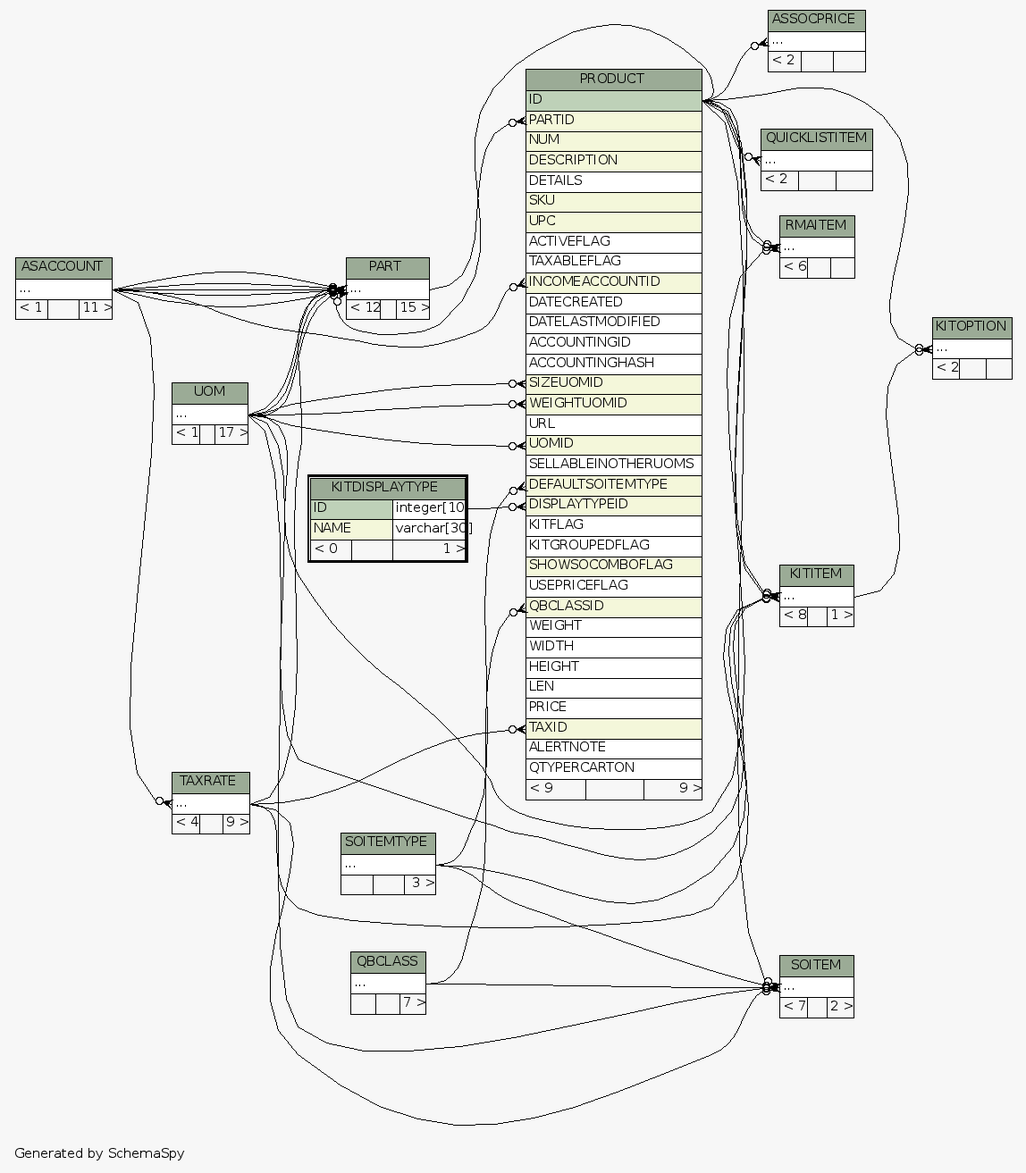
Before: dictionary/Fishbowl2013.5/diagrams/KITDISPLAYTYPE.2degrees.png, a diagram exported from Graphviz (ilopez/FishbowlDataDictionary). Its source is kept beside it as dictionary/Fishbowl2013.5/diagrams/KITDISPLAYTYPE.2degrees.dot. The source it was exported from:
```dot
digraph "twoDegreesRelationshipsDiagram" {
  graph [
    rankdir="RL"
    bgcolor="#f7f7f7"
    label="\nGenerated by SchemaSpy"
    labeljust="l"
    nodesep="0.18"
    ranksep="0.46"
    fontname="Helvetica"
    fontsize="11"
  ];
  node [
    fontname="Helvetica"
    fontsize="11"
    shape="plaintext"
  ];
  edge [
    arrowsize="0.8"
  ];
  "ASSOCPRICE":"elipses":w -> "PRODUCT":"ID":e [arrowhead=none dir=back arrowtail=crowodot];
  "KITITEM":"elipses":w -> "PRODUCT":"ID":e [arrowhead=none dir=back arrowtail=crowodot];
  "KITITEM":"elipses":w -> "PRODUCT":"ID":e [arrowhead=none dir=back arrowtail=crowodot];
  "KITITEM":"elipses":w -> "SOITEMTYPE":"elipses":e [arrowhead=none dir=back arrowtail=crowodot];
  "KITITEM":"elipses":w -> "TAXRATE":"elipses":e [arrowhead=none dir=back arrowtail=crowodot];
  "KITITEM":"elipses":w -> "UOM":"elipses":e [arrowhead=none dir=back arrowtail=crowodot];
  "KITOPTION":"elipses":w -> "KITITEM":"elipses":e [arrowhead=none dir=back arrowtail=crowodot];
  "KITOPTION":"elipses":w -> "PRODUCT":"ID":e [arrowhead=none dir=back arrowtail=crowodot];
  "PART":"elipses":w -> "ASACCOUNT":"elipses":e [arrowhead=none dir=back arrowtail=crowodot];
  "PART":"elipses":w -> "ASACCOUNT":"elipses":e [arrowhead=none dir=back arrowtail=crowodot];
  "PART":"elipses":w -> "PRODUCT":"ID":e [arrowhead=none dir=back arrowtail=crowodot];
  "PART":"elipses":w -> "ASACCOUNT":"elipses":e [arrowhead=none dir=back arrowtail=crowodot];
  "PART":"elipses":w -> "ASACCOUNT":"elipses":e [arrowhead=none dir=back arrowtail=crowodot];
  "PART":"elipses":w -> "UOM":"elipses":e [arrowhead=none dir=back arrowtail=crowodot];
  "PART":"elipses":w -> "TAXRATE":"elipses":e [arrowhead=none dir=back arrowtail=crowodot];
  "PART":"elipses":w -> "UOM":"elipses":e [arrowhead=none dir=back arrowtail=crowodot];
  "PART":"elipses":w -> "ASACCOUNT":"elipses":e [arrowhead=none dir=back arrowtail=crowodot];
  "PART":"elipses":w -> "UOM":"elipses":e [arrowhead=none dir=back arrowtail=crowodot];
  "PRODUCT":"DEFAULTSOITEMTYPE":w -> "SOITEMTYPE":"elipses":e [arrowhead=none dir=back arrowtail=crowodot];
  "PRODUCT":"DISPLAYTYPEID":w -> "KITDISPLAYTYPE":"ID.type":e [arrowhead=none dir=back arrowtail=crowodot];
  "PRODUCT":"INCOMEACCOUNTID":w -> "ASACCOUNT":"elipses":e [arrowhead=none dir=back arrowtail=crowodot];
  "PRODUCT":"PARTID":w -> "PART":"elipses":e [arrowhead=none dir=back arrowtail=crowodot];
  "PRODUCT":"QBCLASSID":w -> "QBCLASS":"elipses":e [arrowhead=none dir=back arrowtail=crowodot];
  "PRODUCT":"SIZEUOMID":w -> "UOM":"elipses":e [arrowhead=none dir=back arrowtail=crowodot];
  "PRODUCT":"TAXID":w -> "TAXRATE":"elipses":e [arrowhead=none dir=back arrowtail=crowodot];
  "PRODUCT":"UOMID":w -> "UOM":"elipses":e [arrowhead=none dir=back arrowtail=crowodot];
  "PRODUCT":"WEIGHTUOMID":w -> "UOM":"elipses":e [arrowhead=none dir=back arrowtail=crowodot];
  "QUICKLISTITEM":"elipses":w -> "PRODUCT":"ID":e [arrowhead=none dir=back arrowtail=crowodot];
  "RMAITEM":"elipses":w -> "PRODUCT":"ID":e [arrowhead=none dir=back arrowtail=crowodot];
  "RMAITEM":"elipses":w -> "PRODUCT":"ID":e [arrowhead=none dir=back arrowtail=crowodot];
  "RMAITEM":"elipses":w -> "UOM":"elipses":e [arrowhead=none dir=back arrowtail=crowodot];
  "SOITEM":"elipses":w -> "PRODUCT":"ID":e [arrowhead=none dir=back arrowtail=crowodot];
  "SOITEM":"elipses":w -> "QBCLASS":"elipses":e [arrowhead=none dir=back arrowtail=crowodot];
  "SOITEM":"elipses":w -> "TAXRATE":"elipses":e [arrowhead=none dir=back arrowtail=crowodot];
  "SOITEM":"elipses":w -> "SOITEMTYPE":"elipses":e [arrowhead=none dir=back arrowtail=crowodot];
  "SOITEM":"elipses":w -> "UOM":"elipses":e [arrowhead=none dir=back arrowtail=crowodot];
  "TAXRATE":"elipses":w -> "ASACCOUNT":"elipses":e [arrowhead=none dir=back arrowtail=crowodot];
  "ASACCOUNT" [
    label=<
    <TABLE BORDER="0" CELLBORDER="1" CELLSPACING="0" BGCOLOR="#ffffff">
      <TR><TD COLSPAN="3" BGCOLOR="#9bab96" ALIGN="CENTER">ASACCOUNT</TD></TR>
      <TR><TD PORT="elipses" COLSPAN="3" ALIGN="LEFT">...</TD></TR>
      <TR><TD ALIGN="LEFT" BGCOLOR="#f7f7f7">&lt; 1</TD><TD ALIGN="RIGHT" BGCOLOR="#f7f7f7">  </TD><TD ALIGN="RIGHT" BGCOLOR="#f7f7f7">11 &gt;</TD></TR>
    </TABLE>>
    URL="ASACCOUNT.html"
    tooltip="ASACCOUNT"
  ];
  "ASSOCPRICE" [
    label=<
    <TABLE BORDER="0" CELLBORDER="1" CELLSPACING="0" BGCOLOR="#ffffff">
      <TR><TD COLSPAN="3" BGCOLOR="#9bab96" ALIGN="CENTER">ASSOCPRICE</TD></TR>
      <TR><TD PORT="elipses" COLSPAN="3" ALIGN="LEFT">...</TD></TR>
      <TR><TD ALIGN="LEFT" BGCOLOR="#f7f7f7">&lt; 2</TD><TD ALIGN="RIGHT" BGCOLOR="#f7f7f7">  </TD><TD ALIGN="RIGHT" BGCOLOR="#f7f7f7">  </TD></TR>
    </TABLE>>
    URL="ASSOCPRICE.html"
    tooltip="ASSOCPRICE"
  ];
  "KITDISPLAYTYPE" [
    label=<
    <TABLE BORDER="2" CELLBORDER="1" CELLSPACING="0" BGCOLOR="#ffffff">
      <TR><TD COLSPAN="3" BGCOLOR="#9bab96" ALIGN="CENTER">KITDISPLAYTYPE</TD></TR>
      <TR><TD PORT="ID" COLSPAN="2" BGCOLOR="#bed1b8" ALIGN="LEFT">ID</TD><TD PORT="ID.type" ALIGN="LEFT">integer[10]</TD></TR>
      <TR><TD PORT="NAME" COLSPAN="2" BGCOLOR="#f4f7da" ALIGN="LEFT">NAME</TD><TD PORT="NAME.type" ALIGN="LEFT">varchar[30]</TD></TR>
      <TR><TD ALIGN="LEFT" BGCOLOR="#f7f7f7">&lt; 0</TD><TD ALIGN="RIGHT" BGCOLOR="#f7f7f7">  </TD><TD ALIGN="RIGHT" BGCOLOR="#f7f7f7">1 &gt;</TD></TR>
    </TABLE>>
    URL="KITDISPLAYTYPE.html"
    tooltip="KITDISPLAYTYPE"
  ];
  "KITITEM" [
    label=<
    <TABLE BORDER="0" CELLBORDER="1" CELLSPACING="0" BGCOLOR="#ffffff">
      <TR><TD COLSPAN="3" BGCOLOR="#9bab96" ALIGN="CENTER">KITITEM</TD></TR>
      <TR><TD PORT="elipses" COLSPAN="3" ALIGN="LEFT">...</TD></TR>
      <TR><TD ALIGN="LEFT" BGCOLOR="#f7f7f7">&lt; 8</TD><TD ALIGN="RIGHT" BGCOLOR="#f7f7f7">  </TD><TD ALIGN="RIGHT" BGCOLOR="#f7f7f7">1 &gt;</TD></TR>
    </TABLE>>
    URL="KITITEM.html"
    tooltip="KITITEM"
  ];
  "KITOPTION" [
    label=<
    <TABLE BORDER="0" CELLBORDER="1" CELLSPACING="0" BGCOLOR="#ffffff">
      <TR><TD COLSPAN="3" BGCOLOR="#9bab96" ALIGN="CENTER">KITOPTION</TD></TR>
      <TR><TD PORT="elipses" COLSPAN="3" ALIGN="LEFT">...</TD></TR>
      <TR><TD ALIGN="LEFT" BGCOLOR="#f7f7f7">&lt; 2</TD><TD ALIGN="RIGHT" BGCOLOR="#f7f7f7">  </TD><TD ALIGN="RIGHT" BGCOLOR="#f7f7f7">  </TD></TR>
    </TABLE>>
    URL="KITOPTION.html"
    tooltip="KITOPTION"
  ];
  "PART" [
    label=<
    <TABLE BORDER="0" CELLBORDER="1" CELLSPACING="0" BGCOLOR="#ffffff">
      <TR><TD COLSPAN="3" BGCOLOR="#9bab96" ALIGN="CENTER">PART</TD></TR>
      <TR><TD PORT="elipses" COLSPAN="3" ALIGN="LEFT">...</TD></TR>
      <TR><TD ALIGN="LEFT" BGCOLOR="#f7f7f7">&lt; 12</TD><TD ALIGN="RIGHT" BGCOLOR="#f7f7f7">  </TD><TD ALIGN="RIGHT" BGCOLOR="#f7f7f7">15 &gt;</TD></TR>
    </TABLE>>
    URL="PART.html"
    tooltip="PART"
  ];
  "PRODUCT" [
    label=<
    <TABLE BORDER="0" CELLBORDER="1" CELLSPACING="0" BGCOLOR="#ffffff">
      <TR><TD COLSPAN="3" BGCOLOR="#9bab96" ALIGN="CENTER">PRODUCT</TD></TR>
      <TR><TD PORT="ID" COLSPAN="3" BGCOLOR="#bed1b8" ALIGN="LEFT">ID</TD></TR>
      <TR><TD PORT="PARTID" COLSPAN="3" BGCOLOR="#f4f7da" ALIGN="LEFT">PARTID</TD></TR>
      <TR><TD PORT="NUM" COLSPAN="3" BGCOLOR="#f4f7da" ALIGN="LEFT">NUM</TD></TR>
      <TR><TD PORT="DESCRIPTION" COLSPAN="3" BGCOLOR="#f4f7da" ALIGN="LEFT">DESCRIPTION</TD></TR>
      <TR><TD PORT="DETAILS" COLSPAN="3" ALIGN="LEFT">DETAILS</TD></TR>
      <TR><TD PORT="SKU" COLSPAN="3" BGCOLOR="#f4f7da" ALIGN="LEFT">SKU</TD></TR>
      <TR><TD PORT="UPC" COLSPAN="3" BGCOLOR="#f4f7da" ALIGN="LEFT">UPC</TD></TR>
      <TR><TD PORT="ACTIVEFLAG" COLSPAN="3" ALIGN="LEFT">ACTIVEFLAG</TD></TR>
      <TR><TD PORT="TAXABLEFLAG" COLSPAN="3" ALIGN="LEFT">TAXABLEFLAG</TD></TR>
      <TR><TD PORT="INCOMEACCOUNTID" COLSPAN="3" BGCOLOR="#f4f7da" ALIGN="LEFT">INCOMEACCOUNTID</TD></TR>
      <TR><TD PORT="DATECREATED" COLSPAN="3" ALIGN="LEFT">DATECREATED</TD></TR>
      <TR><TD PORT="DATELASTMODIFIED" COLSPAN="3" ALIGN="LEFT">DATELASTMODIFIED</TD></TR>
      <TR><TD PORT="ACCOUNTINGID" COLSPAN="3" ALIGN="LEFT">ACCOUNTINGID</TD></TR>
      <TR><TD PORT="ACCOUNTINGHASH" COLSPAN="3" ALIGN="LEFT">ACCOUNTINGHASH</TD></TR>
      <TR><TD PORT="SIZEUOMID" COLSPAN="3" BGCOLOR="#f4f7da" ALIGN="LEFT">SIZEUOMID</TD></TR>
      <TR><TD PORT="WEIGHTUOMID" COLSPAN="3" BGCOLOR="#f4f7da" ALIGN="LEFT">WEIGHTUOMID</TD></TR>
      <TR><TD PORT="URL" COLSPAN="3" ALIGN="LEFT">URL</TD></TR>
      <TR><TD PORT="UOMID" COLSPAN="3" BGCOLOR="#f4f7da" ALIGN="LEFT">UOMID</TD></TR>
      <TR><TD PORT="SELLABLEINOTHERUOMS" COLSPAN="3" ALIGN="LEFT">SELLABLEINOTHERUOMS</TD></TR>
      <TR><TD PORT="DEFAULTSOITEMTYPE" COLSPAN="3" BGCOLOR="#f4f7da" ALIGN="LEFT">DEFAULTSOITEMTYPE</TD></TR>
      <TR><TD PORT="DISPLAYTYPEID" COLSPAN="3" BGCOLOR="#f4f7da" ALIGN="LEFT">DISPLAYTYPEID</TD></TR>
      <TR><TD PORT="KITFLAG" COLSPAN="3" ALIGN="LEFT">KITFLAG</TD></TR>
      <TR><TD PORT="KITGROUPEDFLAG" COLSPAN="3" ALIGN="LEFT">KITGROUPEDFLAG</TD></TR>
      <TR><TD PORT="SHOWSOCOMBOFLAG" COLSPAN="3" BGCOLOR="#f4f7da" ALIGN="LEFT">SHOWSOCOMBOFLAG</TD></TR>
      <TR><TD PORT="USEPRICEFLAG" COLSPAN="3" ALIGN="LEFT">USEPRICEFLAG</TD></TR>
      <TR><TD PORT="QBCLASSID" COLSPAN="3" BGCOLOR="#f4f7da" ALIGN="LEFT">QBCLASSID</TD></TR>
      <TR><TD PORT="WEIGHT" COLSPAN="3" ALIGN="LEFT">WEIGHT</TD></TR>
      <TR><TD PORT="WIDTH" COLSPAN="3" ALIGN="LEFT">WIDTH</TD></TR>
      <TR><TD PORT="HEIGHT" COLSPAN="3" ALIGN="LEFT">HEIGHT</TD></TR>
      <TR><TD PORT="LEN" COLSPAN="3" ALIGN="LEFT">LEN</TD></TR>
      <TR><TD PORT="PRICE" COLSPAN="3" ALIGN="LEFT">PRICE</TD></TR>
      <TR><TD PORT="TAXID" COLSPAN="3" BGCOLOR="#f4f7da" ALIGN="LEFT">TAXID</TD></TR>
      <TR><TD PORT="ALERTNOTE" COLSPAN="3" ALIGN="LEFT">ALERTNOTE</TD></TR>
      <TR><TD PORT="QTYPERCARTON" COLSPAN="3" ALIGN="LEFT">QTYPERCARTON</TD></TR>
      <TR><TD ALIGN="LEFT" BGCOLOR="#f7f7f7">&lt; 9</TD><TD ALIGN="RIGHT" BGCOLOR="#f7f7f7">  </TD><TD ALIGN="RIGHT" BGCOLOR="#f7f7f7">9 &gt;</TD></TR>
    </TABLE>>
    URL="PRODUCT.html"
    tooltip="PRODUCT"
  ];
  "QBCLASS" [
    label=<
    <TABLE BORDER="0" CELLBORDER="1" CELLSPACING="0" BGCOLOR="#ffffff">
      <TR><TD COLSPAN="3" BGCOLOR="#9bab96" ALIGN="CENTER">QBCLASS</TD></TR>
      <TR><TD PORT="elipses" COLSPAN="3" ALIGN="LEFT">...</TD></TR>
      <TR><TD ALIGN="LEFT" BGCOLOR="#f7f7f7">  </TD><TD ALIGN="RIGHT" BGCOLOR="#f7f7f7">  </TD><TD ALIGN="RIGHT" BGCOLOR="#f7f7f7">7 &gt;</TD></TR>
    </TABLE>>
    URL="QBCLASS.html"
    tooltip="QBCLASS"
  ];
  "QUICKLISTITEM" [
    label=<
    <TABLE BORDER="0" CELLBORDER="1" CELLSPACING="0" BGCOLOR="#ffffff">
      <TR><TD COLSPAN="3" BGCOLOR="#9bab96" ALIGN="CENTER">QUICKLISTITEM</TD></TR>
      <TR><TD PORT="elipses" COLSPAN="3" ALIGN="LEFT">...</TD></TR>
      <TR><TD ALIGN="LEFT" BGCOLOR="#f7f7f7">&lt; 2</TD><TD ALIGN="RIGHT" BGCOLOR="#f7f7f7">  </TD><TD ALIGN="RIGHT" BGCOLOR="#f7f7f7">  </TD></TR>
    </TABLE>>
    URL="QUICKLISTITEM.html"
    tooltip="QUICKLISTITEM"
  ];
  "RMAITEM" [
    label=<
    <TABLE BORDER="0" CELLBORDER="1" CELLSPACING="0" BGCOLOR="#ffffff">
      <TR><TD COLSPAN="3" BGCOLOR="#9bab96" ALIGN="CENTER">RMAITEM</TD></TR>
      <TR><TD PORT="elipses" COLSPAN="3" ALIGN="LEFT">...</TD></TR>
      <TR><TD ALIGN="LEFT" BGCOLOR="#f7f7f7">&lt; 6</TD><TD ALIGN="RIGHT" BGCOLOR="#f7f7f7">  </TD><TD ALIGN="RIGHT" BGCOLOR="#f7f7f7">  </TD></TR>
    </TABLE>>
    URL="RMAITEM.html"
    tooltip="RMAITEM"
  ];
  "SOITEM" [
    label=<
    <TABLE BORDER="0" CELLBORDER="1" CELLSPACING="0" BGCOLOR="#ffffff">
      <TR><TD COLSPAN="3" BGCOLOR="#9bab96" ALIGN="CENTER">SOITEM</TD></TR>
      <TR><TD PORT="elipses" COLSPAN="3" ALIGN="LEFT">...</TD></TR>
      <TR><TD ALIGN="LEFT" BGCOLOR="#f7f7f7">&lt; 7</TD><TD ALIGN="RIGHT" BGCOLOR="#f7f7f7">  </TD><TD ALIGN="RIGHT" BGCOLOR="#f7f7f7">2 &gt;</TD></TR>
    </TABLE>>
    URL="SOITEM.html"
    tooltip="SOITEM"
  ];
  "SOITEMTYPE" [
    label=<
    <TABLE BORDER="0" CELLBORDER="1" CELLSPACING="0" BGCOLOR="#ffffff">
      <TR><TD COLSPAN="3" BGCOLOR="#9bab96" ALIGN="CENTER">SOITEMTYPE</TD></TR>
      <TR><TD PORT="elipses" COLSPAN="3" ALIGN="LEFT">...</TD></TR>
      <TR><TD ALIGN="LEFT" BGCOLOR="#f7f7f7">  </TD><TD ALIGN="RIGHT" BGCOLOR="#f7f7f7">  </TD><TD ALIGN="RIGHT" BGCOLOR="#f7f7f7">3 &gt;</TD></TR>
    </TABLE>>
    URL="SOITEMTYPE.html"
    tooltip="SOITEMTYPE"
  ];
  "TAXRATE" [
    label=<
    <TABLE BORDER="0" CELLBORDER="1" CELLSPACING="0" BGCOLOR="#ffffff">
      <TR><TD COLSPAN="3" BGCOLOR="#9bab96" ALIGN="CENTER">TAXRATE</TD></TR>
      <TR><TD PORT="elipses" COLSPAN="3" ALIGN="LEFT">...</TD></TR>
      <TR><TD ALIGN="LEFT" BGCOLOR="#f7f7f7">&lt; 4</TD><TD ALIGN="RIGHT" BGCOLOR="#f7f7f7">  </TD><TD ALIGN="RIGHT" BGCOLOR="#f7f7f7">9 &gt;</TD></TR>
    </TABLE>>
    URL="TAXRATE.html"
    tooltip="TAXRATE"
  ];
  "UOM" [
    label=<
    <TABLE BORDER="0" CELLBORDER="1" CELLSPACING="0" BGCOLOR="#ffffff">
      <TR><TD COLSPAN="3" BGCOLOR="#9bab96" ALIGN="CENTER">UOM</TD></TR>
      <TR><TD PORT="elipses" COLSPAN="3" ALIGN="LEFT">...</TD></TR>
      <TR><TD ALIGN="LEFT" BGCOLOR="#f7f7f7">&lt; 1</TD><TD ALIGN="RIGHT" BGCOLOR="#f7f7f7">  </TD><TD ALIGN="RIGHT" BGCOLOR="#f7f7f7">17 &gt;</TD></TR>
    </TABLE>>
    URL="UOM.html"
    tooltip="UOM"
  ];
}
```
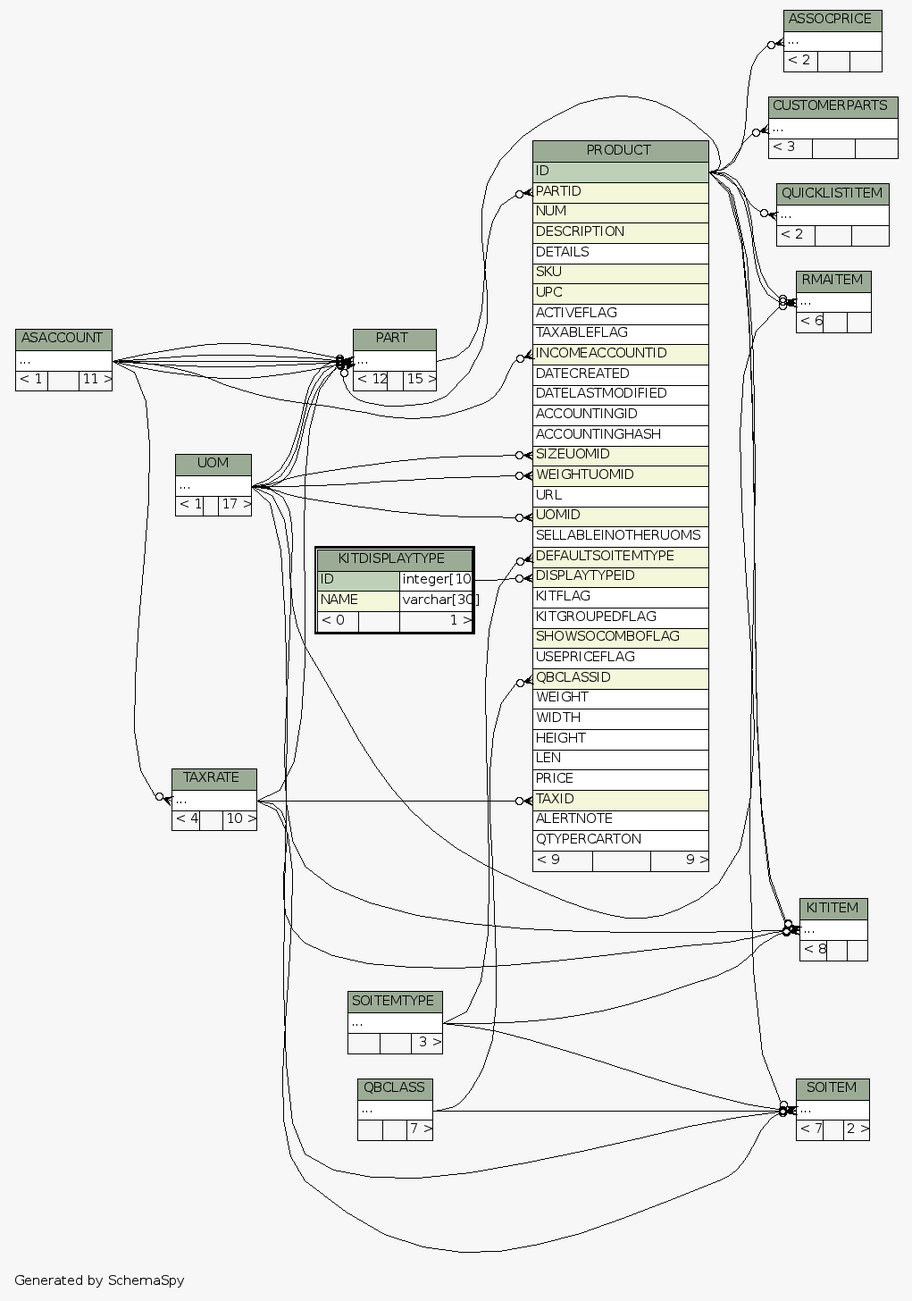
The same file after the commit.

Change to the diagram source:
```diff
@@ -18,13 +18,12 @@
     arrowsize="0.8"
   ];
   "ASSOCPRICE":"elipses":w -> "PRODUCT":"ID":e [arrowhead=none dir=back arrowtail=crowodot];
+  "CUSTOMERPARTS":"elipses":w -> "PRODUCT":"ID":e [arrowhead=none dir=back arrowtail=crowodot];
   "KITITEM":"elipses":w -> "PRODUCT":"ID":e [arrowhead=none dir=back arrowtail=crowodot];
   "KITITEM":"elipses":w -> "PRODUCT":"ID":e [arrowhead=none dir=back arrowtail=crowodot];
   "KITITEM":"elipses":w -> "SOITEMTYPE":"elipses":e [arrowhead=none dir=back arrowtail=crowodot];
   "KITITEM":"elipses":w -> "TAXRATE":"elipses":e [arrowhead=none dir=back arrowtail=crowodot];
   "KITITEM":"elipses":w -> "UOM":"elipses":e [arrowhead=none dir=back arrowtail=crowodot];
-  "KITOPTION":"elipses":w -> "KITITEM":"elipses":e [arrowhead=none dir=back arrowtail=crowodot];
-  "KITOPTION":"elipses":w -> "PRODUCT":"ID":e [arrowhead=none dir=back arrowtail=crowodot];
   "PART":"elipses":w -> "ASACCOUNT":"elipses":e [arrowhead=none dir=back arrowtail=crowodot];
   "PART":"elipses":w -> "ASACCOUNT":"elipses":e [arrowhead=none dir=back arrowtail=crowodot];
   "PART":"elipses":w -> "PRODUCT":"ID":e [arrowhead=none dir=back arrowtail=crowodot];
@@ -74,6 +73,16 @@
     URL="ASSOCPRICE.html"
     tooltip="ASSOCPRICE"
   ];
+  "CUSTOMERPARTS" [
+    label=<
+    <TABLE BORDER="0" CELLBORDER="1" CELLSPACING="0" BGCOLOR="#ffffff">
+      <TR><TD COLSPAN="3" BGCOLOR="#9bab96" ALIGN="CENTER">CUSTOMERPARTS</TD></TR>
+      <TR><TD PORT="elipses" COLSPAN="3" ALIGN="LEFT">...</TD></TR>
+      <TR><TD ALIGN="LEFT" BGCOLOR="#f7f7f7">&lt; 3</TD><TD ALIGN="RIGHT" BGCOLOR="#f7f7f7">  </TD><TD ALIGN="RIGHT" BGCOLOR="#f7f7f7">  </TD></TR>
+    </TABLE>>
+    URL="CUSTOMERPARTS.html"
+    tooltip="CUSTOMERPARTS"
+  ];
   "KITDISPLAYTYPE" [
     label=<
     <TABLE BORDER="2" CELLBORDER="1" CELLSPACING="0" BGCOLOR="#ffffff">
@@ -90,20 +99,10 @@
     <TABLE BORDER="0" CELLBORDER="1" CELLSPACING="0" BGCOLOR="#ffffff">
       <TR><TD COLSPAN="3" BGCOLOR="#9bab96" ALIGN="CENTER">KITITEM</TD></TR>
       <TR><TD PORT="elipses" COLSPAN="3" ALIGN="LEFT">...</TD></TR>
-      <TR><TD ALIGN="LEFT" BGCOLOR="#f7f7f7">&lt; 8</TD><TD ALIGN="RIGHT" BGCOLOR="#f7f7f7">  </TD><TD ALIGN="RIGHT" BGCOLOR="#f7f7f7">1 &gt;</TD></TR>
+      <TR><TD ALIGN="LEFT" BGCOLOR="#f7f7f7">&lt; 8</TD><TD ALIGN="RIGHT" BGCOLOR="#f7f7f7">  </TD><TD ALIGN="RIGHT" BGCOLOR="#f7f7f7">  </TD></TR>
     </TABLE>>
     URL="KITITEM.html"
     tooltip="KITITEM"
-  ];
-  "KITOPTION" [
-    label=<
-    <TABLE BORDER="0" CELLBORDER="1" CELLSPACING="0" BGCOLOR="#ffffff">
-      <TR><TD COLSPAN="3" BGCOLOR="#9bab96" ALIGN="CENTER">KITOPTION</TD></TR>
-      <TR><TD PORT="elipses" COLSPAN="3" ALIGN="LEFT">...</TD></TR>
-      <TR><TD ALIGN="LEFT" BGCOLOR="#f7f7f7">&lt; 2</TD><TD ALIGN="RIGHT" BGCOLOR="#f7f7f7">  </TD><TD ALIGN="RIGHT" BGCOLOR="#f7f7f7">  </TD></TR>
-    </TABLE>>
-    URL="KITOPTION.html"
-    tooltip="KITOPTION"
   ];
   "PART" [
     label=<
@@ -213,7 +212,7 @@
     <TABLE BORDER="0" CELLBORDER="1" CELLSPACING="0" BGCOLOR="#ffffff">
       <TR><TD COLSPAN="3" BGCOLOR="#9bab96" ALIGN="CENTER">TAXRATE</TD></TR>
       <TR><TD PORT="elipses" COLSPAN="3" ALIGN="LEFT">...</TD></TR>
-      <TR><TD ALIGN="LEFT" BGCOLOR="#f7f7f7">&lt; 4</TD><TD ALIGN="RIGHT" BGCOLOR="#f7f7f7">  </TD><TD ALIGN="RIGHT" BGCOLOR="#f7f7f7">9 &gt;</TD></TR>
+      <TR><TD ALIGN="LEFT" BGCOLOR="#f7f7f7">&lt; 4</TD><TD ALIGN="RIGHT" BGCOLOR="#f7f7f7">  </TD><TD ALIGN="RIGHT" BGCOLOR="#f7f7f7">10 &gt;</TD></TR>
     </TABLE>>
     URL="TAXRATE.html"
     tooltip="TAXRATE"
```
